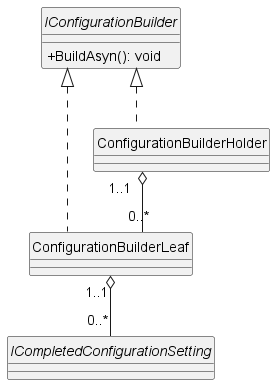
Before: images/5_Configuration_Concept_Builder_Class_Diagramm.png, a diagram exported from PlantUML (nickerlflo/Bachelorarbeit-ActivityTracking). Its diagram source:
```plantuml
@startuml

skinparam classAttributeIconSize 0
skinparam shadowing false
skinparam linetype ortho

hide circle

    interface IConfigurationBuilder
    {
        + BuildAsyn(): void
    }

    class ConfigurationBuilderLeaf implements IConfigurationBuilder
    {

    }

    class ConfigurationBuilderHolder implements IConfigurationBuilder
    {

    }

    interface ICompletedConfigurationSetting
    {

    }

    ConfigurationBuilderHolder "1..1" o-- "0..*" ConfigurationBuilderLeaf
    ConfigurationBuilderLeaf "1..1" o-- "0..*" ICompletedConfigurationSetting

@enduml
```
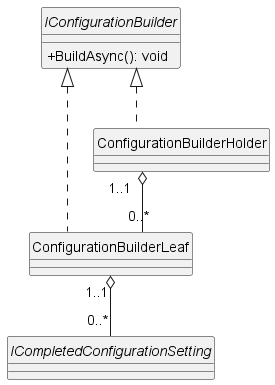
Later version of the same file.

Commit message:
fix typo in configuration class diagram und add better title for settings

What changed in the source:
```diff
@@ -8,7 +8,7 @@
 
     interface IConfigurationBuilder
     {
-        + BuildAsyn(): void
+        + BuildAsync(): void
     }
 
     class ConfigurationBuilderLeaf implements IConfigurationBuilder
```
